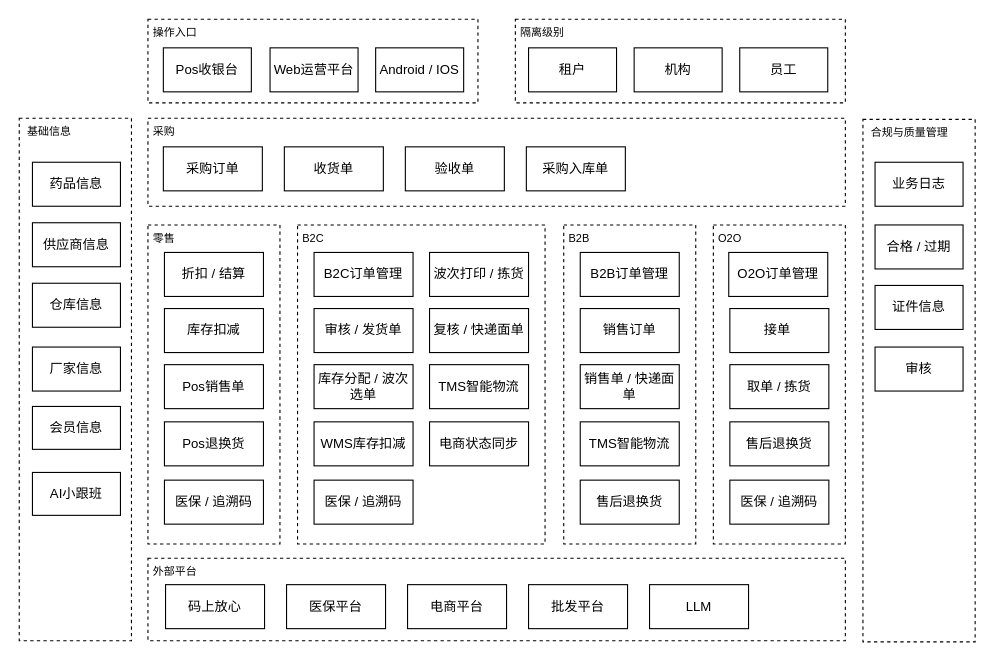
Earlier version of the draw.io diagram drawio/总业务架构图.drawio (ganca-coder/DrugSaaS). Source tidied: cells renumbered, new cells numbered last; positions are measured from the earlier drawing's top-left corner, leaving out a move shared by most shapes. Both pictures are drawn from the tidied source at 110%, with x=0, y=0 at pixel (19, 19).
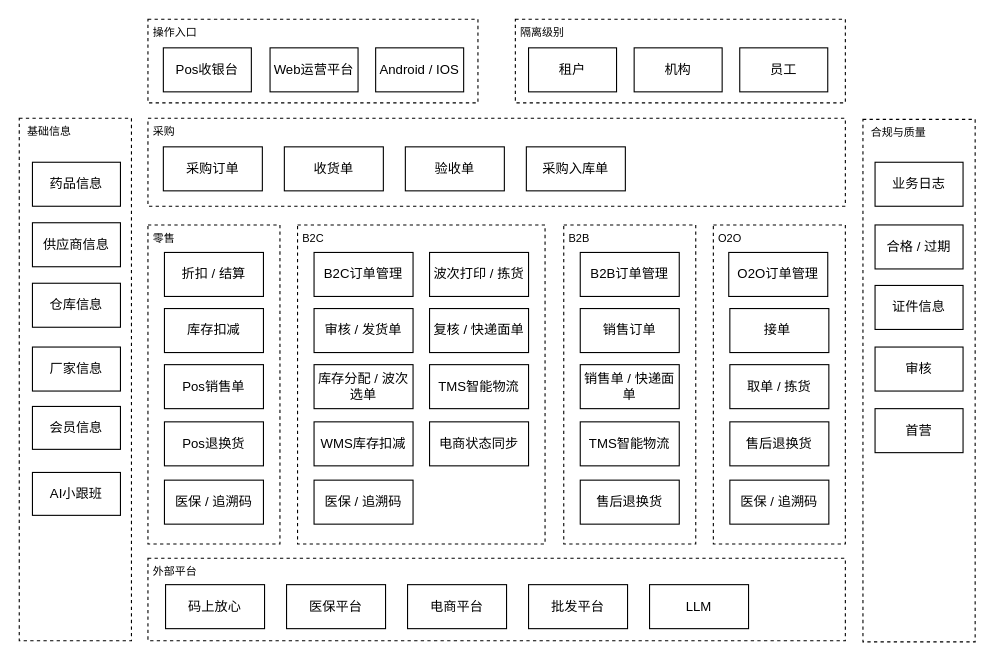
The same page after the edit.

What changed in the source:
```diff
@@
-    <mxCell id="56" value="&amp;nbsp; 合规与质量管理" style="rounded=0;whiteSpace=wrap;html=1;dashed=1;align=left;verticalAlign=top;fillColor=none;fontSize=10;" parent="1" vertex="1">
+    <mxCell id="56" value="&amp;nbsp; 合规与质量" style="rounded=0;whiteSpace=wrap;html=1;dashed=1;align=left;verticalAlign=top;fillColor=none;fontSize=10;" parent="1" vertex="1">
       <mxGeometry x="767" y="91" width="102" height="475" as="geometry" />
     </mxCell>
@@
+    <mxCell id="61" value="首营" style="rounded=0;whiteSpace=wrap;html=1;" parent="1" vertex="1">
+      <mxGeometry x="778" y="354" width="80" height="40" as="geometry" />
+    </mxCell>
```
